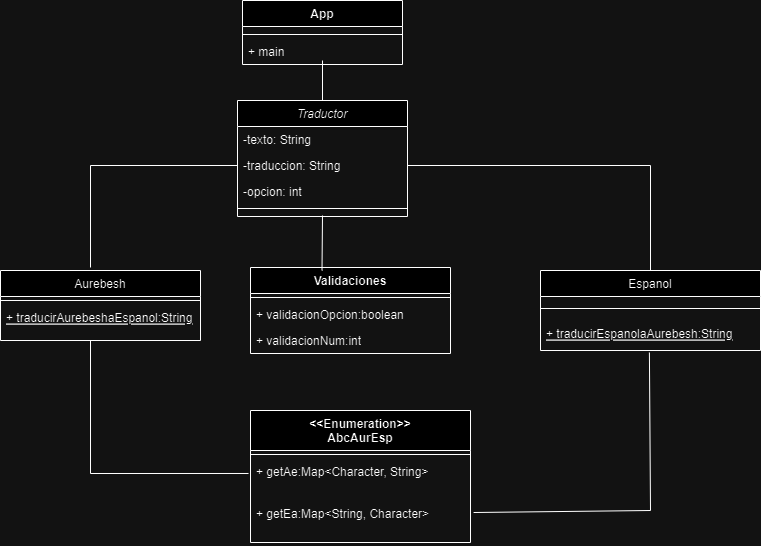
Earlier version of the draw.io export StarWarsTraductor.png (IvanL2205/StarwarsTraductor). Source tidied: cells renumbered, new cells last; positions are measured from the earlier drawing's top-left corner, leaving out a move shared by most shapes.
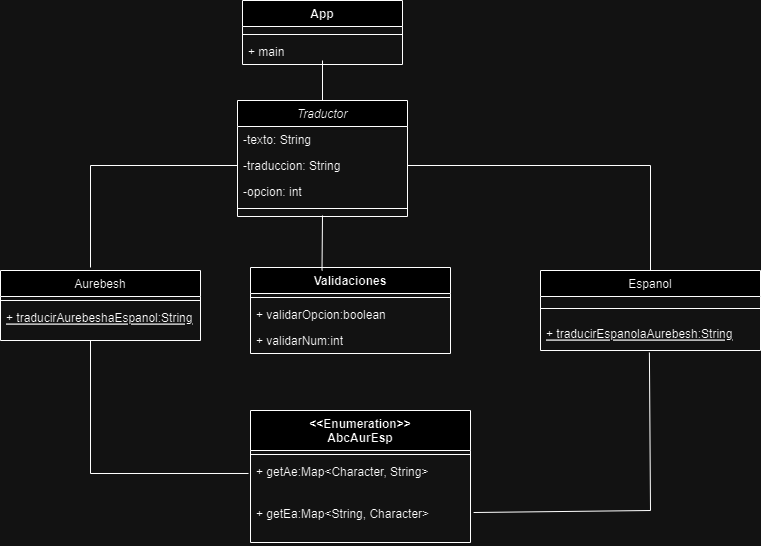
After the change.

Commit message:
Diagrama de clases Imagen

What changed in the source:
```diff
@@ -41,10 +41,10 @@
     <mxCell id="14" style="line;strokeWidth=1;fillColor=none;align=left;verticalAlign=middle;spacingTop=-1;spacingLeft=3;spacingRight=3;labelPosition=right;strokeColor=inherit;" parent="13" vertex="1">
       <mxGeometry y="26" width="200" height="8" as="geometry" />
     </mxCell>
-    <mxCell id="15" value="+ validacionOpcion:boolean" style="text;strokeColor=none;fillColor=none;align=left;verticalAlign=top;spacingLeft=4;spacingRight=4;overflow=hidden;whiteSpace=wrap;html=1;" parent="13" vertex="1">
+    <mxCell id="15" value="+ validarOpcion:boolean" style="text;strokeColor=none;fillColor=none;align=left;verticalAlign=top;spacingLeft=4;spacingRight=4;overflow=hidden;whiteSpace=wrap;html=1;" parent="13" vertex="1">
       <mxGeometry y="34" width="200" height="26" as="geometry" />
     </mxCell>
-    <mxCell id="16" value="+ validacionNum:int" style="text;strokeColor=none;fillColor=none;align=left;verticalAlign=top;spacingLeft=4;spacingRight=4;overflow=hidden;whiteSpace=wrap;html=1;" parent="13" vertex="1">
+    <mxCell id="16" value="+ validarNum:int" style="text;strokeColor=none;fillColor=none;align=left;verticalAlign=top;spacingLeft=4;spacingRight=4;overflow=hidden;whiteSpace=wrap;html=1;" parent="13" vertex="1">
       <mxGeometry y="60" width="200" height="26" as="geometry" />
     </mxCell>
     <mxCell id="17" style="endArrow=none;html=1;rounded=0;entryX=0;entryY=0.5;entryDx=0;entryDy=0;exitX=0.45;exitY=-0.043;exitDx=0;exitDy=0;exitPerimeter=0;" parent="1" edge="1" source="7" target="4">
```
